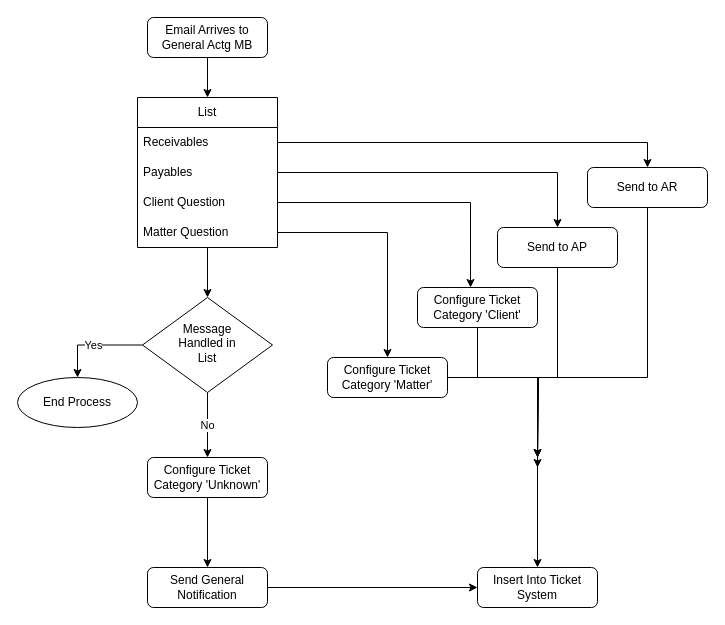
Above: BeckerPoliakoff-Accounting.drawio in kevsvec/kevsvec (draw.io), before the change. Source tidied: cells renumbered, new cells numbered last; positions are measured from the earlier drawing's top-left corner, leaving out a move shared by most shapes. Both pictures are drawn from the tidied source at 100%, with x=0, y=0 at pixel (17, 17).
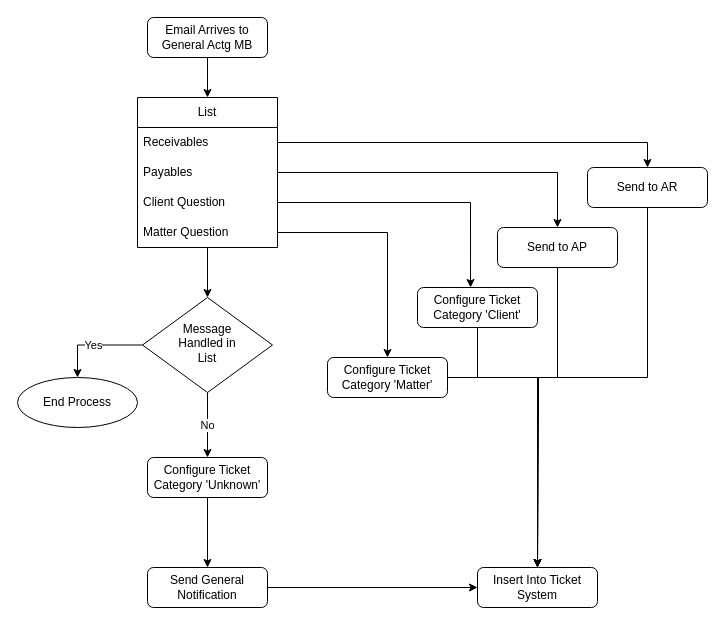
The same page after the edit.

Unchanged cells that the change refers to:
```xml
<mxCell id="8" value="Configure Ticket&lt;div&gt;Category 'Client'&lt;/div&gt;" style="rounded=1;whiteSpace=wrap;html=1;fontSize=12;glass=0;strokeWidth=1;shadow=0;" parent="1" vertex="1">
  <mxGeometry x="400" y="270" width="120" height="40" as="geometry" />
</mxCell>
<mxCell id="11" value="Insert Into Ticket System" style="rounded=1;whiteSpace=wrap;html=1;fontSize=12;glass=0;strokeWidth=1;shadow=0;" parent="1" vertex="1">
  <mxGeometry x="460" y="550" width="120" height="40" as="geometry" />
</mxCell>
<mxCell id="19" value="Send to AR" style="rounded=1;whiteSpace=wrap;html=1;fontSize=12;glass=0;strokeWidth=1;shadow=0;" parent="1" vertex="1">
  <mxGeometry x="570" y="150" width="120" height="40" as="geometry" />
</mxCell>
<mxCell id="21" value="Send to AP" style="rounded=1;whiteSpace=wrap;html=1;fontSize=12;glass=0;strokeWidth=1;shadow=0;" parent="1" vertex="1">
  <mxGeometry x="480" y="210" width="120" height="40" as="geometry" />
</mxCell>
```

Diff of the diagram source:
```diff
@@
-    <mxCell id="7" style="edgeStyle=orthogonalEdgeStyle;rounded=0;jettySize=auto;html=1;" parent="1" edge="1" source="8">
+    <mxCell id="7" style="edgeStyle=orthogonalEdgeStyle;rounded=0;jettySize=auto;html=1;entryX=0.5;entryY=0;entryDx=0;entryDy=0;" parent="1" edge="1" source="8" target="11">
       <mxGeometry relative="1" as="geometry">
-        <mxPoint x="520" y="450" as="targetPoint" />
         <Array as="points">
           <mxPoint x="460" y="360" />
           <mxPoint x="521" y="360" />
         </Array>
       </mxGeometry>
     </mxCell>
@@
-    <mxCell id="18" style="edgeStyle=orthogonalEdgeStyle;rounded=0;jettySize=auto;html=1;exitX=0.5;exitY=1;exitDx=0;exitDy=0;" parent="1" edge="1" source="19">
+    <mxCell id="18" style="edgeStyle=orthogonalEdgeStyle;rounded=0;jettySize=auto;html=1;exitX=0.5;exitY=1;exitDx=0;exitDy=0;entryX=0.5;entryY=0;entryDx=0;entryDy=0;" parent="1" edge="1" source="19" target="11">
       <mxGeometry relative="1" as="geometry">
-        <mxPoint x="520" y="440" as="targetPoint" />
         <Array as="points">
           <mxPoint x="630" y="360" />
           <mxPoint x="520" y="360" />
         </Array>
       </mxGeometry>
     </mxCell>
@@
-    <mxCell id="20" style="edgeStyle=orthogonalEdgeStyle;rounded=0;jettySize=auto;html=1;" parent="1" edge="1" source="21">
+    <mxCell id="20" style="edgeStyle=orthogonalEdgeStyle;rounded=0;jettySize=auto;html=1;entryX=0.5;entryY=0;entryDx=0;entryDy=0;" parent="1" edge="1" source="21" target="11">
       <mxGeometry relative="1" as="geometry">
-        <mxPoint x="520" y="440" as="targetPoint" />
         <Array as="points">
           <mxPoint x="540" y="360" />
           <mxPoint x="521" y="360" />
         </Array>
       </mxGeometry>
     </mxCell>
```
